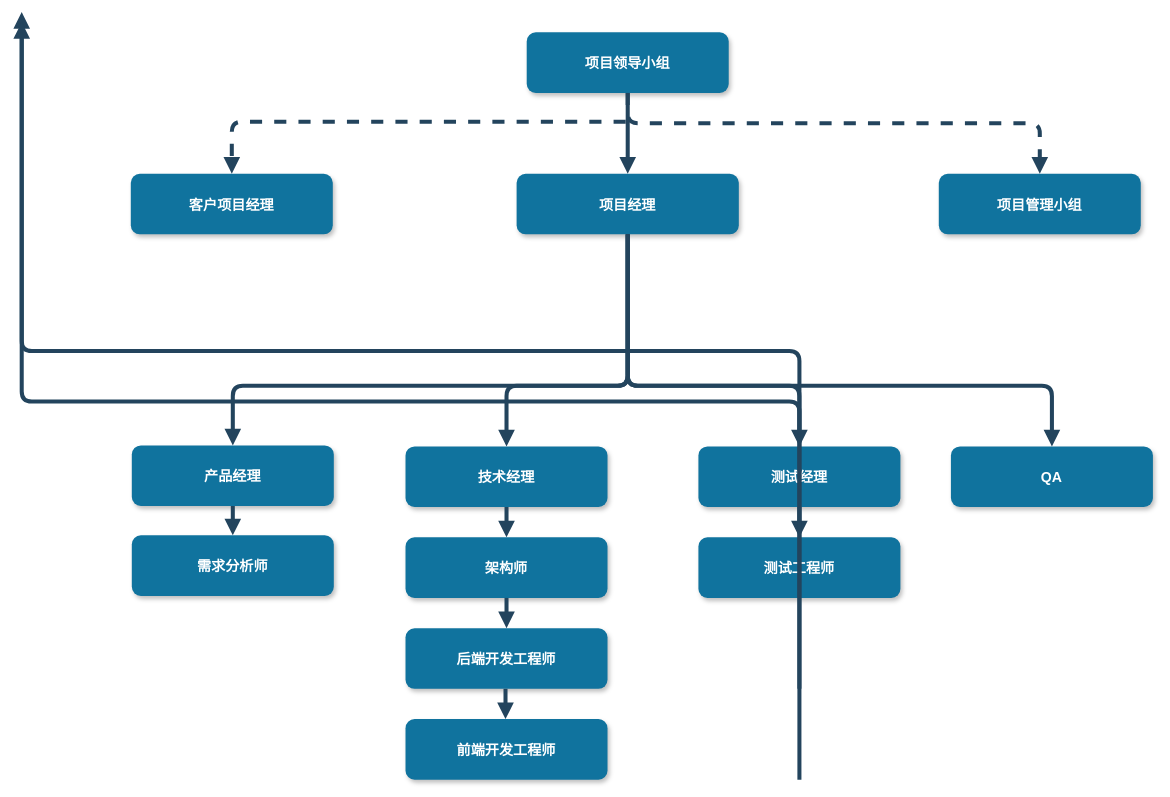
This is page "组织架构" (1 of 2) of 流程管理项目组织架构.drawio from warmsheep/my-example, a draw.io file, before an edit. Source tidied: cells renumbered, new cells numbered last; positions are measured from the earlier drawing's top-left corner, leaving out a move shared by most shapes. Both pictures are drawn from the tidied source at 101%, with x=0, y=0 at pixel (21, 12).
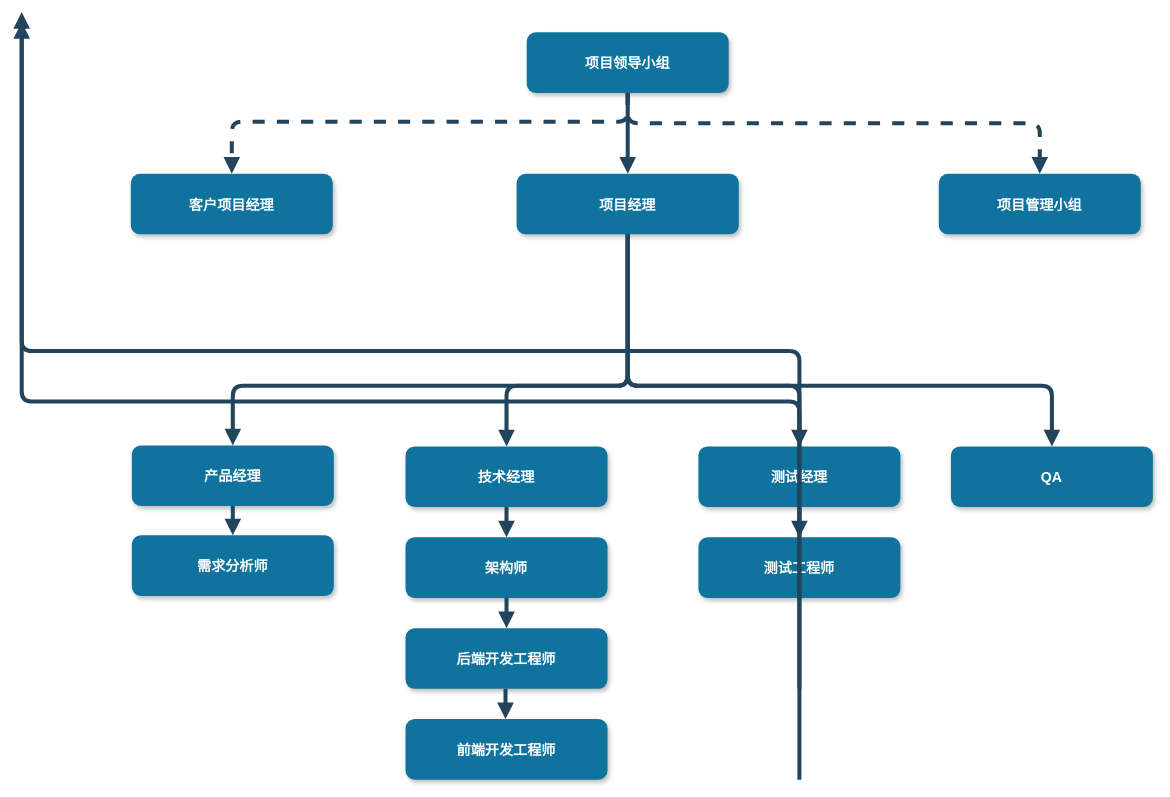
After the change.

Unchanged cells that the change refers to:
```xml
<mxCell id="2" value="项目领导小组" style="rounded=1;fillColor=#10739E;strokeColor=none;shadow=1;gradientColor=none;fontStyle=1;fontColor=#FFFFFF;fontSize=14;" parent="1" vertex="1">
  <mxGeometry x="500" y="19.5" width="200" height="60" as="geometry" />
</mxCell>
<mxCell id="28" value="客户项目经理" style="rounded=1;fillColor=#10739E;strokeColor=none;shadow=1;gradientColor=none;fontStyle=1;fontColor=#FFFFFF;fontSize=14;" parent="1" vertex="1">
  <mxGeometry x="108" y="159.5" width="200" height="60" as="geometry" />
</mxCell>
```

Diff of the diagram source:
```diff
@@
-    <mxCell id="27" style="edgeStyle=elbowEdgeStyle;elbow=vertical;strokeWidth=4;endArrow=block;endFill=1;fontStyle=1;dashed=1;strokeColor=#23445D;entryX=0.5;entryY=0;entryDx=0;entryDy=0;" parent="1" edge="1" target="28">
+    <mxCell id="27" style="edgeStyle=elbowEdgeStyle;elbow=vertical;strokeWidth=4;endArrow=block;endFill=1;fontStyle=1;dashed=1;strokeColor=#23445D;entryX=0.5;entryY=0;entryDx=0;entryDy=0;exitX=0.5;exitY=1;exitDx=0;exitDy=0;" parent="1" edge="1" source="2" target="28">
       <mxGeometry x="-450" y="204" as="geometry">
-        <mxPoint x="598" y="108" as="sourcePoint" />
         <Array as="points">
           <mxPoint x="358" y="108" />
         </Array>
       </mxGeometry>
     </mxCell>
```
